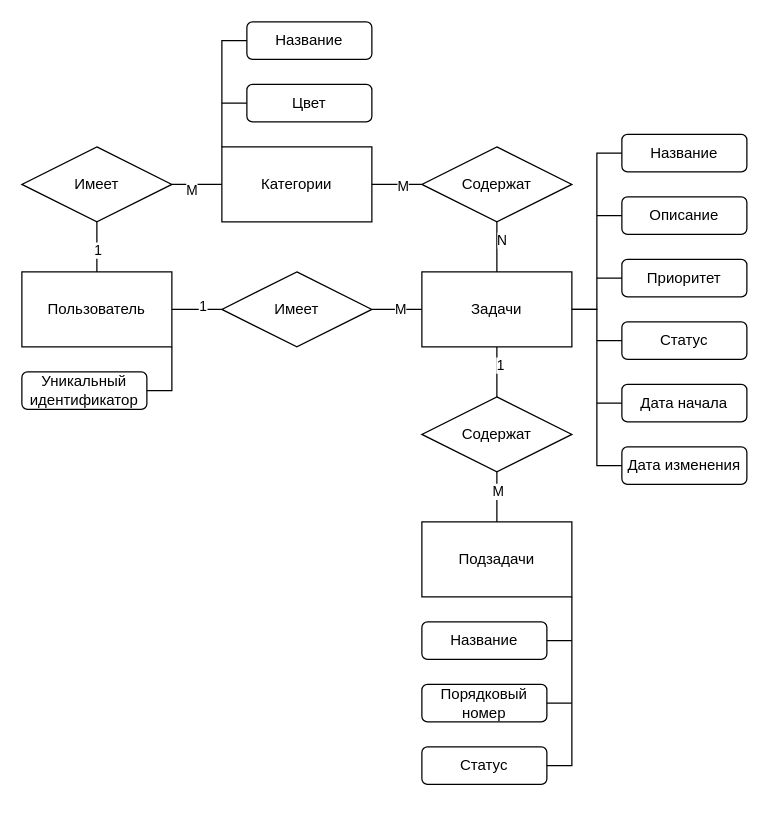
BaronVice/schemas keeps this draw.io diagram as db/db.drawio. Above is the earlier version. Source tidied: cells renumbered, new cells numbered last; positions are measured from the earlier drawing's top-left corner, leaving out a move shared by most shapes. Both pictures are drawn from the tidied source at 125%, with x=0, y=0 at pixel (21, 21).
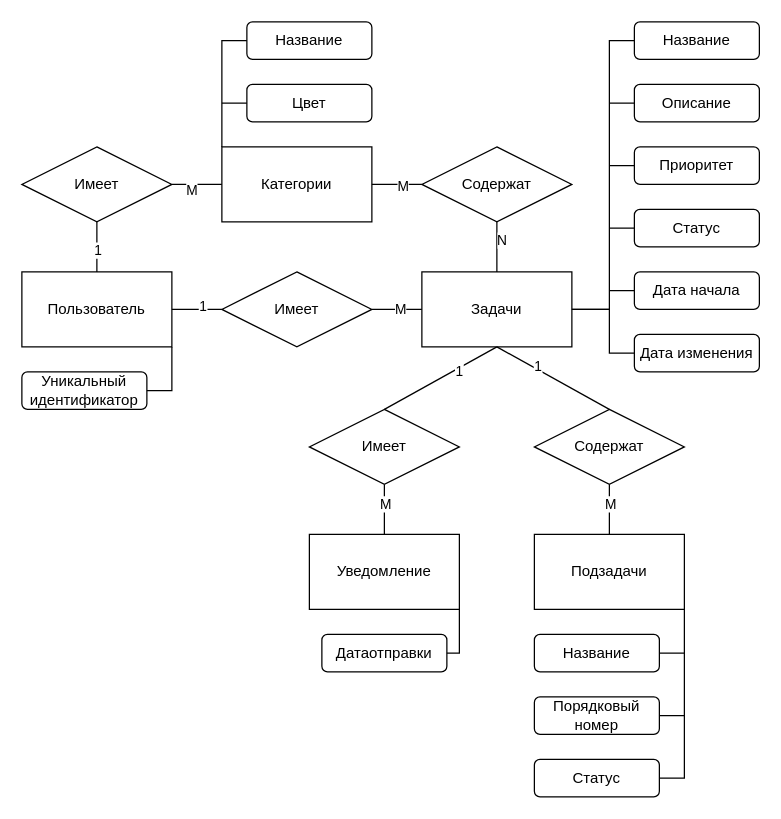
After the change.

Unchanged cells that the change refers to:
```xml
<mxCell id="4" value="Задачи" style="rounded=0;whiteSpace=wrap;html=1;" parent="1" vertex="1">
  <mxGeometry x="320" y="200" width="120" height="60" as="geometry" />
</mxCell>
```

What changed in the source:
```diff
@@
     <mxCell id="3" value="Содержат" style="rhombus;whiteSpace=wrap;html=1;" parent="1" vertex="1">
-      <mxGeometry x="320" y="300" width="120" height="60" as="geometry" />
+      <mxGeometry x="410" y="310" width="120" height="60" as="geometry" />
     </mxCell>
@@
     <mxCell id="5" value="Подзадачи" style="rounded=0;whiteSpace=wrap;html=1;" parent="1" vertex="1">
-      <mxGeometry x="320" y="400" width="120" height="60" as="geometry" />
+      <mxGeometry x="410" y="410" width="120" height="60" as="geometry" />
     </mxCell>
@@
     <mxCell id="13" value="Описание" style="rounded=1;whiteSpace=wrap;html=1;" parent="1" vertex="1">
-      <mxGeometry x="480" y="140" width="100" height="30" as="geometry" />
+      <mxGeometry x="490" y="50" width="100" height="30" as="geometry" />
     </mxCell>
     <mxCell id="14" value="Название" style="rounded=1;whiteSpace=wrap;html=1;" parent="1" vertex="1">
-      <mxGeometry x="480" y="90" width="100" height="30" as="geometry" />
+      <mxGeometry x="490" width="100" height="30" as="geometry" />
     </mxCell>
     <mxCell id="15" value="Статус" style="rounded=1;whiteSpace=wrap;html=1;" parent="1" vertex="1">
-      <mxGeometry x="480" y="240" width="100" height="30" as="geometry" />
+      <mxGeometry x="490" y="150" width="100" height="30" as="geometry" />
     </mxCell>
     <mxCell id="16" value="Приоритет" style="rounded=1;whiteSpace=wrap;html=1;" parent="1" vertex="1">
-      <mxGeometry x="480" y="190" width="100" height="30" as="geometry" />
+      <mxGeometry x="490" y="100" width="100" height="30" as="geometry" />
     </mxCell>
     <mxCell id="17" value="Дата изменения" style="rounded=1;whiteSpace=wrap;html=1;" parent="1" vertex="1">
-      <mxGeometry x="480" y="340" width="100" height="30" as="geometry" />
+      <mxGeometry x="490" y="250" width="100" height="30" as="geometry" />
     </mxCell>
     <mxCell id="18" value="Дата начала" style="rounded=1;whiteSpace=wrap;html=1;" parent="1" vertex="1">
-      <mxGeometry x="480" y="290" width="100" height="30" as="geometry" />
+      <mxGeometry x="490" y="200" width="100" height="30" as="geometry" />
     </mxCell>
     <mxCell id="19" value="Порядковый номер" style="rounded=1;whiteSpace=wrap;html=1;" parent="1" vertex="1">
-      <mxGeometry x="320" y="530" width="100" height="30" as="geometry" />
+      <mxGeometry x="410" y="540" width="100" height="30" as="geometry" />
     </mxCell>
     <mxCell id="20" value="Название" style="rounded=1;whiteSpace=wrap;html=1;" parent="1" vertex="1">
-      <mxGeometry x="320" y="480" width="100" height="30" as="geometry" />
+      <mxGeometry x="410" y="490" width="100" height="30" as="geometry" />
     </mxCell>
     <mxCell id="21" value="Статус" style="rounded=1;whiteSpace=wrap;html=1;" parent="1" vertex="1">
-      <mxGeometry x="320" y="580" width="100" height="30" as="geometry" />
+      <mxGeometry x="410" y="590" width="100" height="30" as="geometry" />
     </mxCell>
@@
     <mxCell id="41" style="endArrow=none;html=1;rounded=0;entryX=1;entryY=1;entryDx=0;entryDy=0;exitX=1;exitY=0.5;exitDx=0;exitDy=0;" parent="1" edge="1" source="21" target="5">
       <mxGeometry relative="1" as="geometry">
         <Array as="points">
-          <mxPoint x="440" y="595" />
+          <mxPoint x="530" y="605" />
         </Array>
       </mxGeometry>
     </mxCell>
     <mxCell id="42" style="endArrow=none;html=1;rounded=0;entryX=1;entryY=0.5;entryDx=0;entryDy=0;" parent="1" edge="1" target="19">
       <mxGeometry relative="1" as="geometry">
-        <mxPoint x="440" y="545" as="sourcePoint" />
+        <mxPoint x="530" y="555" as="sourcePoint" />
       </mxGeometry>
     </mxCell>
     <mxCell id="43" style="endArrow=none;html=1;rounded=0;exitX=1;exitY=0.5;exitDx=0;exitDy=0;" parent="1" edge="1" source="20">
       <mxGeometry relative="1" as="geometry">
-        <mxPoint x="440" y="495" as="targetPoint" />
+        <mxPoint x="530" y="505" as="targetPoint" />
       </mxGeometry>
     </mxCell>
     <mxCell id="44" style="endArrow=none;html=1;rounded=0;exitX=1;exitY=0.5;exitDx=0;exitDy=0;entryX=0;entryY=0.5;entryDx=0;entryDy=0;" parent="1" edge="1" source="4" target="14">
       <mxGeometry relative="1" as="geometry">
         <Array as="points">
-          <mxPoint x="460" y="230" />
-          <mxPoint x="460" y="105" />
+          <mxPoint x="470" y="230" />
+          <mxPoint x="470" y="15" />
         </Array>
       </mxGeometry>
     </mxCell>
     <mxCell id="45" style="endArrow=none;html=1;rounded=0;exitX=1;exitY=0.5;exitDx=0;exitDy=0;entryX=0;entryY=0.5;entryDx=0;entryDy=0;" parent="1" edge="1" source="4" target="17">
       <mxGeometry relative="1" as="geometry">
         <Array as="points">
-          <mxPoint x="460" y="230" />
-          <mxPoint x="460" y="355" />
+          <mxPoint x="470" y="230" />
+          <mxPoint x="470" y="265" />
         </Array>
       </mxGeometry>
     </mxCell>
     <mxCell id="46" style="endArrow=none;html=1;rounded=0;entryX=0;entryY=0.5;entryDx=0;entryDy=0;" parent="1" edge="1" target="13">
       <mxGeometry relative="1" as="geometry">
-        <mxPoint x="460" y="155" as="sourcePoint" />
+        <mxPoint x="470" y="65" as="sourcePoint" />
       </mxGeometry>
     </mxCell>
     <mxCell id="47" style="endArrow=none;html=1;rounded=0;entryX=0;entryY=0.5;entryDx=0;entryDy=0;" parent="1" edge="1" target="16">
       <mxGeometry relative="1" as="geometry">
-        <mxPoint x="460" y="205" as="sourcePoint" />
+        <mxPoint x="470" y="115" as="sourcePoint" />
       </mxGeometry>
     </mxCell>
     <mxCell id="48" style="endArrow=none;html=1;rounded=0;entryX=0;entryY=0.5;entryDx=0;entryDy=0;" parent="1" edge="1" target="18">
       <mxGeometry relative="1" as="geometry">
-        <mxPoint x="460" y="305" as="sourcePoint" />
+        <mxPoint x="470" y="215" as="sourcePoint" />
       </mxGeometry>
     </mxCell>
     <mxCell id="49" style="endArrow=none;html=1;rounded=0;entryX=0;entryY=0.5;entryDx=0;entryDy=0;" parent="1" edge="1" target="15">
       <mxGeometry relative="1" as="geometry">
-        <mxPoint x="460" y="255" as="sourcePoint" />
+        <mxPoint x="470" y="165" as="sourcePoint" />
       </mxGeometry>
     </mxCell>
+    <mxCell id="50" value="Имеет" style="rhombus;whiteSpace=wrap;html=1;" parent="1" vertex="1">
+      <mxGeometry x="230" y="310" width="120" height="60" as="geometry" />
+    </mxCell>
+    <mxCell id="51" style="endArrow=none;html=1;rounded=0;entryX=0.5;entryY=1;entryDx=0;entryDy=0;exitX=0.5;exitY=0;exitDx=0;exitDy=0;" parent="1" edge="1" source="50" target="4">
+      <mxGeometry relative="1" as="geometry" />
+    </mxCell>
+    <mxCell id="52" value="1" style="edgeLabel;html=1;align=center;verticalAlign=middle;" parent="51" vertex="1">
+      <mxGeometry x="0.3" y="-2" relative="1" as="geometry" />
+    </mxCell>
+    <mxCell id="53" value="Уведомление" style="rounded=0;whiteSpace=wrap;html=1;" parent="1" vertex="1">
+      <mxGeometry x="230" y="410" width="120" height="60" as="geometry" />
+    </mxCell>
+    <mxCell id="54" style="endArrow=none;html=1;rounded=0;entryX=0.5;entryY=1;entryDx=0;entryDy=0;exitX=0.5;exitY=0;exitDx=0;exitDy=0;" parent="1" edge="1" source="53">
+      <mxGeometry relative="1" as="geometry">
+        <mxPoint x="290" y="370" as="targetPoint" />
+      </mxGeometry>
+    </mxCell>
+    <mxCell id="55" value="M" style="edgeLabel;html=1;align=center;verticalAlign=middle;" parent="54" vertex="1">
+      <mxGeometry x="0.26" relative="1" as="geometry" />
+    </mxCell>
+    <mxCell id="56" value="Датаотправки" style="rounded=1;whiteSpace=wrap;html=1;" parent="1" vertex="1">
+      <mxGeometry x="240" y="490" width="100" height="30" as="geometry" />
+    </mxCell>
+    <mxCell id="57" style="endArrow=none;html=1;rounded=0;entryX=1;entryY=1;entryDx=0;entryDy=0;exitX=1;exitY=0.5;exitDx=0;exitDy=0;" parent="1" edge="1" source="56" target="53">
+      <mxGeometry relative="1" as="geometry">
+        <Array as="points">
+          <mxPoint x="350" y="505" />
+        </Array>
+      </mxGeometry>
+    </mxCell>
```
